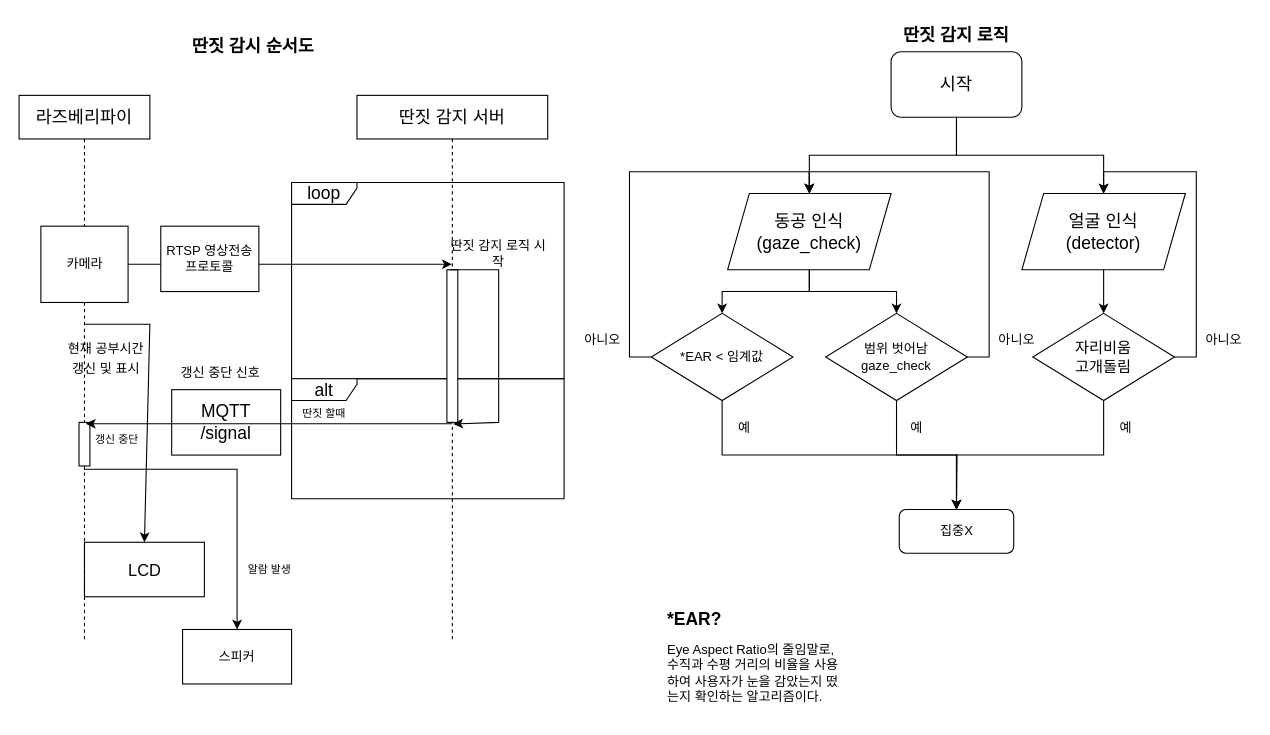
The draw.io diagram page "딴짓 감지 로직" (10 of 12) of doc/UML.drawio in veryneuron/study_mate_project, before the edit. Source tidied: cells renumbered, new cells numbered last; positions are measured from the earlier drawing's top-left corner, leaving out a move shared by most shapes. Both pictures are drawn from the tidied source at 109%, with x=0, y=0 at pixel (19, 19).
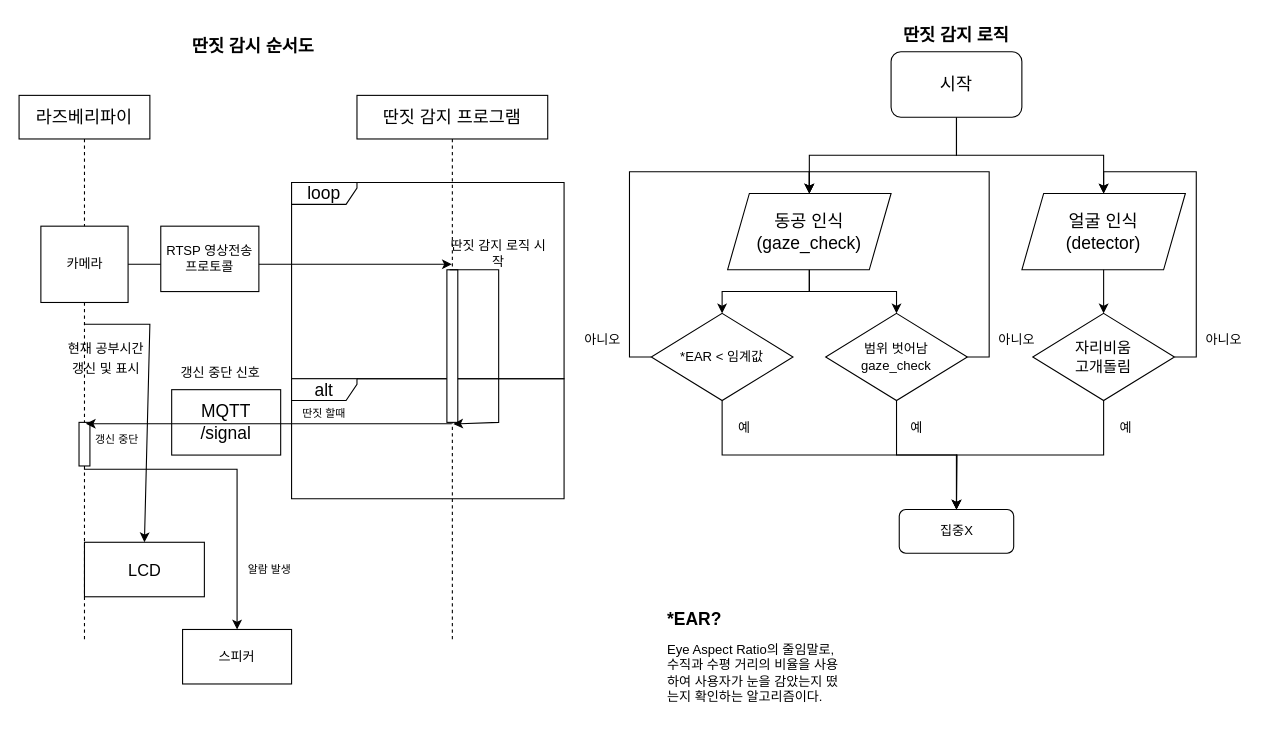
Above is the later version.

Change to the diagram source:
```diff
@@
-    <mxCell id="29" value="딴짓 감지 서버" style="shape=umlLifeline;perimeter=lifelinePerimeter;whiteSpace=wrap;html=1;outlineConnect=0;fontSize=16;" parent="1" vertex="1">
+    <mxCell id="29" value="딴짓 감지 프로그램" style="shape=umlLifeline;perimeter=lifelinePerimeter;whiteSpace=wrap;html=1;outlineConnect=0;fontSize=16;" parent="1" vertex="1">
       <mxGeometry x="310" y="70" width="175" height="500" as="geometry" />
     </mxCell>
```
